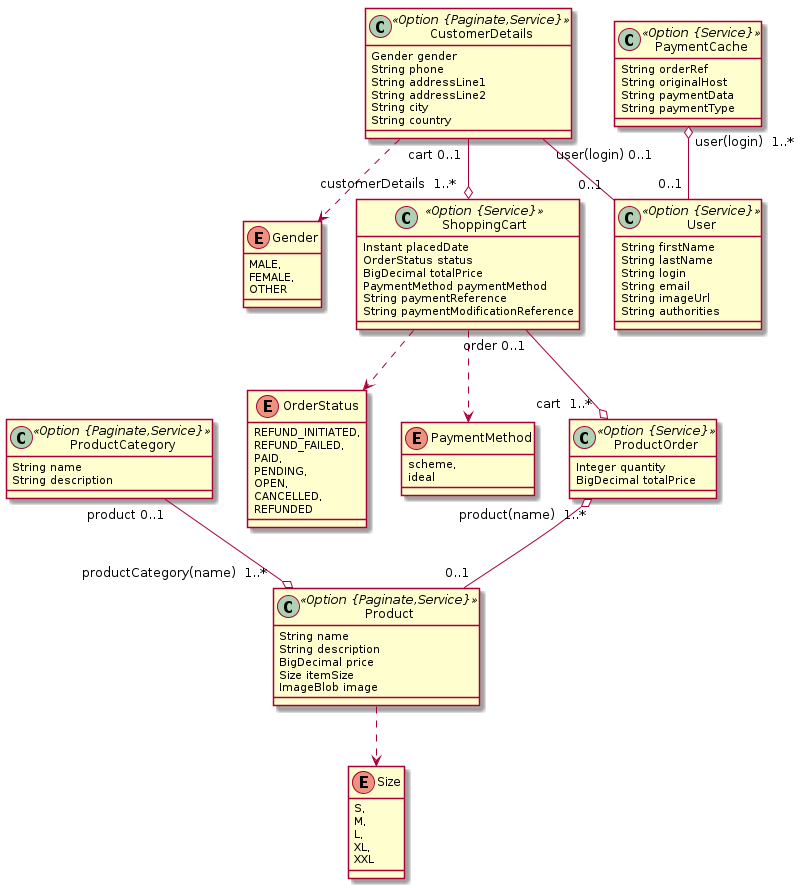
The PlantUML diagram app.png in xhul10/adyen-java-react-ecommerce-example, before a commit.
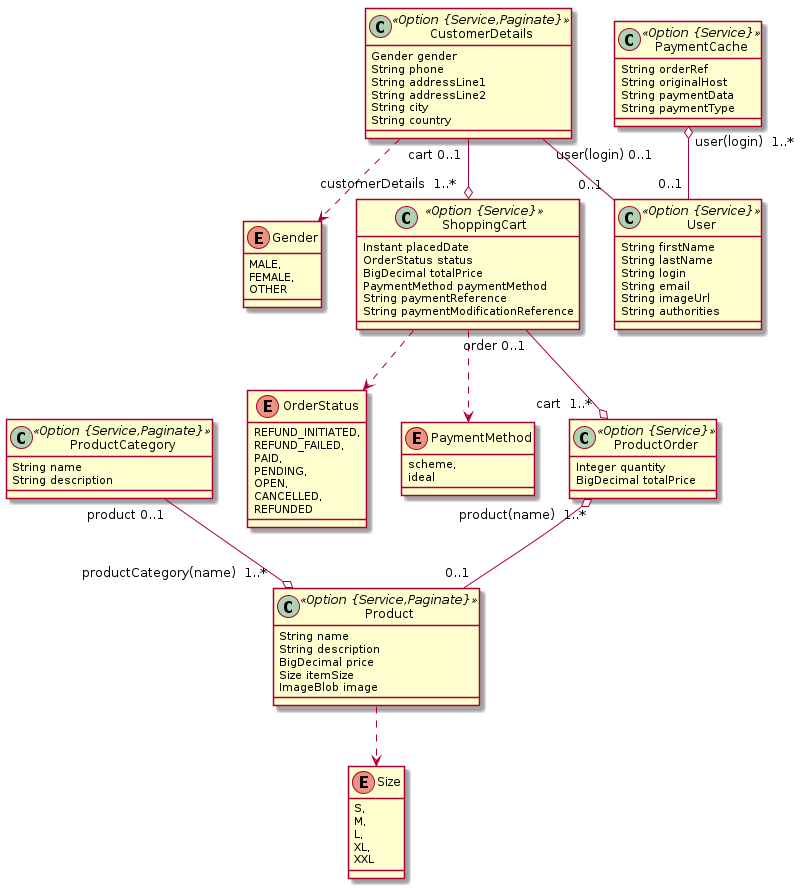
Above is the later version.

Diff of the diagram source:
```diff
@@ -1,6 +1,6 @@
 @startuml
 	!pragma syntax class
-	class Product <<Option {Paginate,Service}>> {
+	class Product <<Option {Service,Paginate}>> {
 		String name
 		String description
 		BigDecimal price
@@ -15,11 +15,11 @@
 		XL,
 		XXL
 	}
-	class ProductCategory <<Option {Paginate,Service}>> {
+	class ProductCategory <<Option {Service,Paginate}>> {
 		String name
 		String description
 	}
-	class CustomerDetails <<Option {Paginate,Service}>> {
+	class CustomerDetails <<Option {Service,Paginate}>> {
 		Gender gender
 		String phone
 		String addressLine1
```
